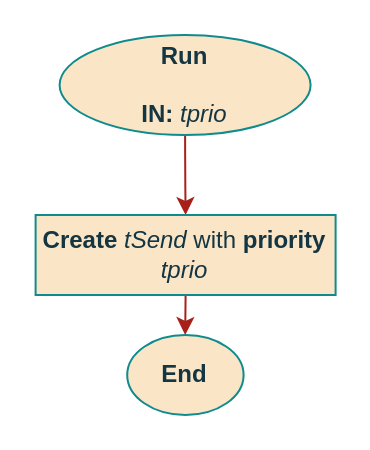
Above: page "run" (4 of 9) of documentation/flowcharts/Classes/CCommunication.drawio in ESRGgroup9/slipad (draw.io), before the change. Source tidied: cells renumbered, new cells numbered last; positions are measured from the earlier drawing's top-left corner, leaving out a move shared by most shapes. Both pictures are drawn from the tidied source at 200%, with x=0, y=0 at pixel (34, 34).
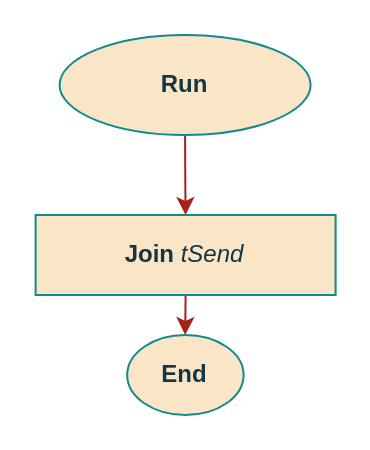
Above is the later version.

Diff of the diagram source:
```diff
@@
 <mxGraphModel>
   <root>
     <mxCell id="0" />
     <mxCell id="1" parent="0" />
     <mxCell id="2" style="edgeStyle=orthogonalEdgeStyle;curved=0;rounded=1;sketch=0;jettySize=auto;html=1;exitX=0.5;exitY=1;exitDx=0;exitDy=0;entryX=0.5;entryY=0;entryDx=0;entryDy=0;fontColor=#143642;strokeColor=#A8201A;fillColor=#FAE5C7;" parent="1" edge="1" source="3">
       <mxGeometry relative="1" as="geometry">
         <mxPoint x="75.3" y="90" as="targetPoint" />
       </mxGeometry>
     </mxCell>
-    <mxCell id="3" value="&lt;div&gt;Run&lt;/div&gt;&lt;div&gt;&lt;br&gt;&lt;/div&gt;&lt;div&gt;IN: &lt;i&gt;&lt;span style=&quot;font-weight: normal&quot;&gt;tprio&lt;/span&gt;&lt;/i&gt;&lt;br&gt;&lt;/div&gt;" style="ellipse;whiteSpace=wrap;html=1;fillColor=#FAE5C7;strokeColor=#0F8B8D;fontColor=#143642;fontStyle=1;" parent="1" vertex="1">
+    <mxCell id="3" value="&lt;div&gt;Run&lt;/div&gt;" style="ellipse;whiteSpace=wrap;html=1;fillColor=#FAE5C7;strokeColor=#0F8B8D;fontColor=#143642;fontStyle=1;" parent="1" vertex="1">
       <mxGeometry x="12.3" width="125.5" height="50" as="geometry" />
     </mxCell>
     <mxCell id="4" style="edgeStyle=orthogonalEdgeStyle;curved=0;rounded=1;sketch=0;jettySize=auto;html=1;exitX=0.5;exitY=1;exitDx=0;exitDy=0;entryX=0.5;entryY=0;entryDx=0;entryDy=0;fontColor=#143642;strokeColor=#A8201A;fillColor=#FAE5C7;" parent="1" edge="1" source="5">
       <mxGeometry relative="1" as="geometry">
         <mxPoint x="75.1" y="150" as="targetPoint" />
       </mxGeometry>
     </mxCell>
-    <mxCell id="5" value="&lt;b&gt;Create&lt;/b&gt; &lt;i&gt;tSend&lt;/i&gt; with &lt;b&gt;priority&lt;/b&gt; &lt;i&gt;tprio&lt;/i&gt;" style="rounded=0;whiteSpace=wrap;html=1;sketch=0;fontColor=#143642;strokeColor=#0F8B8D;fillColor=#FAE5C7;align=center;" parent="1" vertex="1">
+    <mxCell id="5" value="&lt;b&gt;Join&lt;/b&gt; &lt;i&gt;tSend&lt;/i&gt;" style="rounded=0;whiteSpace=wrap;html=1;sketch=0;fontColor=#143642;strokeColor=#0F8B8D;fillColor=#FAE5C7;align=center;" parent="1" vertex="1">
       <mxGeometry x="0.3" y="90" width="150" height="40" as="geometry" />
     </mxCell>
     <mxCell id="6" value="End" style="ellipse;whiteSpace=wrap;html=1;fillColor=#FAE5C7;strokeColor=#0F8B8D;fontColor=#143642;fontStyle=1;" parent="1" vertex="1">
       <mxGeometry x="46.1" y="150" width="58.2" height="40" as="geometry" />
     </mxCell>
   </root>
 </mxGraphModel>
```
